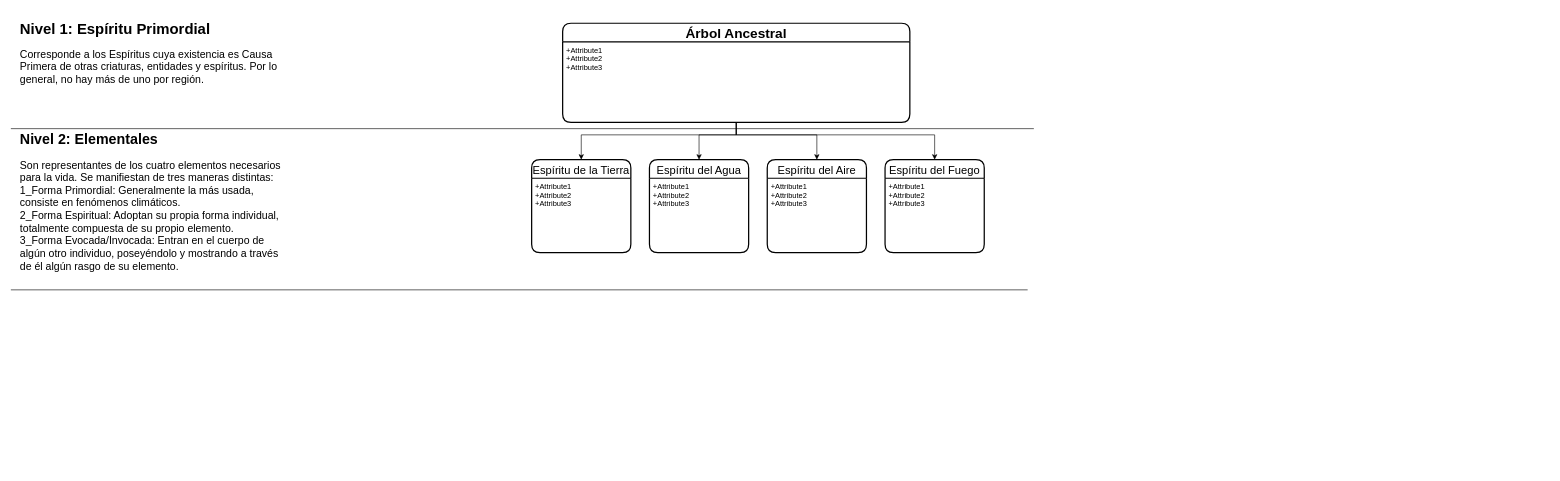
Earlier version of the draw.io diagram EspiritusEspesura.drawio (aixairupe/DiagramasRPG). Source tidied: cells renumbered, new cells numbered last; positions are measured from the earlier drawing's top-left corner, leaving out a move shared by most shapes. Both pictures are drawn from the tidied source at 62%, with x=0, y=0 at pixel (11, 17).
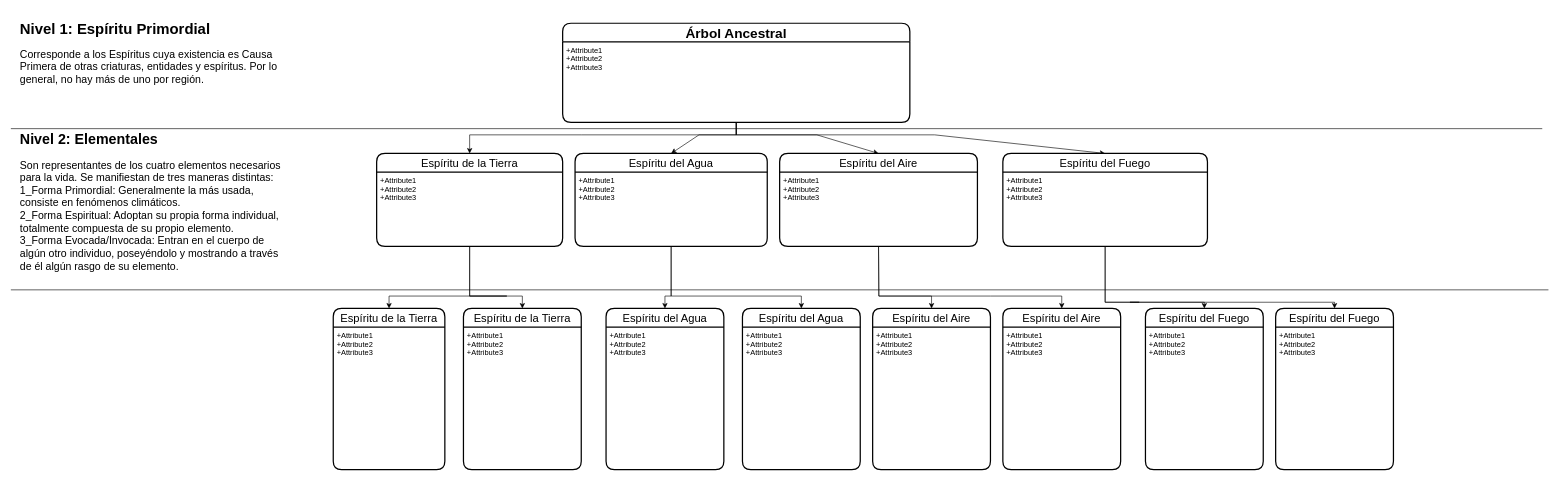
After the change.

The change refers to these unchanged cells:
```xml
<mxCell id="18" value="+Attribute1&#10;+Attribute2&#10;+Attribute3" style="align=left;strokeColor=none;fillColor=none;spacingLeft=4;fontSize=12;verticalAlign=top;" parent="17" vertex="1">
  <mxGeometry y="30" width="560" height="130" as="geometry" />
</mxCell>
```

What changed in the source:
```diff
@@
     <mxCell id="6" style="edgeStyle=none;rounded=0;jettySize=auto;html=1;entryX=0.5;entryY=0;entryDx=0;entryDy=0;fontSize=22;exitX=0.5;exitY=1;exitDx=0;exitDy=0;" parent="1" edge="1" source="18" target="9">
       <mxGeometry relative="1" as="geometry">
         <Array as="points">
           <mxPoint x="1170" y="190" />
           <mxPoint x="920" y="190" />
+          <mxPoint x="740" y="190" />
         </Array>
       </mxGeometry>
     </mxCell>
     <mxCell id="7" style="endArrow=none;html=1;rounded=0;" parent="1" edge="1">
       <mxGeometry relative="1" as="geometry">
         <mxPoint y="440" as="sourcePoint" />
-        <mxPoint x="1640" y="440" as="targetPoint" />
+        <mxPoint x="2480" y="440" as="targetPoint" />
       </mxGeometry>
     </mxCell>
@@
+    <mxCell id="20" style="edgeStyle=none;rounded=0;jettySize=auto;html=1;fontSize=17;entryX=0.5;entryY=0;entryDx=0;entryDy=0;exitX=0.5;exitY=1;exitDx=0;exitDy=0;" parent="1" edge="1" source="10" target="26">
+      <mxGeometry relative="1" as="geometry">
+        <Array as="points">
+          <mxPoint x="740" y="450" />
+          <mxPoint x="800" y="450" />
+          <mxPoint x="610" y="450" />
+        </Array>
+      </mxGeometry>
+    </mxCell>
+    <mxCell id="21" style="edgeStyle=none;rounded=0;jettySize=auto;html=1;fontSize=17;entryX=0.5;entryY=0;entryDx=0;entryDy=0;exitX=0.5;exitY=1;exitDx=0;exitDy=0;" parent="1" edge="1" source="10" target="28">
+      <mxGeometry relative="1" as="geometry">
+        <Array as="points">
+          <mxPoint x="740" y="450" />
+          <mxPoint x="800" y="450" />
+          <mxPoint x="825" y="450" />
+        </Array>
+      </mxGeometry>
+    </mxCell>
     <mxCell id="9" value="Espíritu de la Tierra" style="swimlane;horizontal=1;startSize=30;rounded=1;fontSize=18;fontStyle=0;strokeWidth=2;shadow=0;dashed=0;align=center;" parent="1" vertex="1">
-      <mxGeometry x="840" y="230" width="160" height="150" as="geometry" />
+      <mxGeometry x="590" y="220" width="300" height="150" as="geometry" />
     </mxCell>
     <mxCell id="10" value="+Attribute1&#10;+Attribute2&#10;+Attribute3" style="align=left;strokeColor=none;fillColor=none;spacingLeft=4;fontSize=12;verticalAlign=top;" parent="9" vertex="1">
-      <mxGeometry y="30" width="160" height="120" as="geometry" />
+      <mxGeometry y="30" width="300" height="120" as="geometry" />
     </mxCell>
     <mxCell id="11" value="Espíritu del Agua" style="swimlane;horizontal=1;startSize=30;rounded=1;fontSize=18;fontStyle=0;strokeWidth=2;shadow=0;dashed=0;align=center;" parent="1" vertex="1">
-      <mxGeometry x="1030" y="230" width="160" height="150" as="geometry" />
+      <mxGeometry x="910" y="220" width="310" height="150" as="geometry" />
     </mxCell>
     <mxCell id="12" value="+Attribute1&#10;+Attribute2&#10;+Attribute3" style="align=left;strokeColor=none;fillColor=none;spacingLeft=4;fontSize=12;verticalAlign=top;" parent="11" vertex="1">
-      <mxGeometry y="30" width="160" height="120" as="geometry" />
+      <mxGeometry y="30" width="310" height="120" as="geometry" />
     </mxCell>
+    <mxCell id="22" style="edgeStyle=none;rounded=0;jettySize=auto;html=1;fontSize=17;exitX=0.5;exitY=1;exitDx=0;exitDy=0;entryX=0.5;entryY=0;entryDx=0;entryDy=0;" parent="1" edge="1" source="14" target="34">
+      <mxGeometry relative="1" as="geometry">
+        <Array as="points">
+          <mxPoint x="1400" y="450" />
+          <mxPoint x="1485" y="450" />
+        </Array>
+      </mxGeometry>
+    </mxCell>
+    <mxCell id="23" style="edgeStyle=none;rounded=0;jettySize=auto;html=1;fontSize=17;exitX=0.5;exitY=1;exitDx=0;exitDy=0;entryX=0.5;entryY=0;entryDx=0;entryDy=0;" parent="1" edge="1" source="14" target="36">
+      <mxGeometry relative="1" as="geometry">
+        <Array as="points">
+          <mxPoint x="1400" y="450" />
+          <mxPoint x="1580" y="450" />
+          <mxPoint x="1695" y="450" />
+        </Array>
+      </mxGeometry>
+    </mxCell>
     <mxCell id="13" value="Espíritu del Aire" style="swimlane;horizontal=1;startSize=30;rounded=1;fontSize=18;fontStyle=0;strokeWidth=2;shadow=0;dashed=0;align=center;" parent="1" vertex="1">
-      <mxGeometry x="1220" y="230" width="160" height="150" as="geometry" />
+      <mxGeometry x="1240" y="220" width="319" height="150" as="geometry" />
     </mxCell>
     <mxCell id="14" value="+Attribute1&#10;+Attribute2&#10;+Attribute3" style="align=left;strokeColor=none;fillColor=none;spacingLeft=4;fontSize=12;verticalAlign=top;" parent="13" vertex="1">
-      <mxGeometry y="30" width="160" height="120" as="geometry" />
+      <mxGeometry y="30" width="319" height="120" as="geometry" />
     </mxCell>
+    <mxCell id="24" style="edgeStyle=none;rounded=0;jettySize=auto;html=1;fontSize=17;entryX=0.5;entryY=0;entryDx=0;entryDy=0;exitX=0.5;exitY=1;exitDx=0;exitDy=0;" parent="1" edge="1" source="15" target="38">
+      <mxGeometry relative="1" as="geometry">
+        <Array as="points">
+          <mxPoint x="1765" y="460" />
+          <mxPoint x="1820" y="460" />
+          <mxPoint x="1805" y="460" />
+          <mxPoint x="1925" y="460" />
+        </Array>
+      </mxGeometry>
+    </mxCell>
+    <mxCell id="25" style="edgeStyle=none;rounded=0;jettySize=auto;html=1;fontSize=17;entryX=0.5;entryY=0;entryDx=0;entryDy=0;exitX=0.5;exitY=1;exitDx=0;exitDy=0;" parent="1" edge="1" source="16" target="40">
+      <mxGeometry relative="1" as="geometry">
+        <Array as="points">
+          <mxPoint x="1765" y="460" />
+          <mxPoint x="2135" y="460" />
+        </Array>
+      </mxGeometry>
+    </mxCell>
     <mxCell id="15" value="Espíritu del Fuego" style="swimlane;horizontal=1;startSize=30;rounded=1;fontSize=18;fontStyle=0;strokeWidth=2;shadow=0;dashed=0;align=center;" parent="1" vertex="1">
-      <mxGeometry x="1410" y="230" width="160" height="150" as="geometry" />
+      <mxGeometry x="1600" y="220" width="330" height="150" as="geometry" />
     </mxCell>
     <mxCell id="16" value="+Attribute1&#10;+Attribute2&#10;+Attribute3" style="align=left;strokeColor=none;fillColor=none;spacingLeft=4;fontSize=12;verticalAlign=top;" parent="15" vertex="1">
-      <mxGeometry y="30" width="160" height="120" as="geometry" />
+      <mxGeometry y="30" width="330" height="120" as="geometry" />
     </mxCell>
@@
     <mxCell id="19" style="endArrow=none;html=1;rounded=0;" parent="1" edge="1">
       <mxGeometry relative="1" as="geometry">
         <mxPoint y="180" as="sourcePoint" />
-        <mxPoint x="1650" y="180" as="targetPoint" />
+        <mxPoint x="2470" y="180" as="targetPoint" />
       </mxGeometry>
     </mxCell>
+    <mxCell id="26" value="Espíritu de la Tierra" style="swimlane;horizontal=1;startSize=30;rounded=1;fontSize=18;fontStyle=0;strokeWidth=2;shadow=0;dashed=0;align=center;" parent="1" vertex="1">
+      <mxGeometry x="520" y="470" width="180" height="260" as="geometry" />
+    </mxCell>
+    <mxCell id="27" value="+Attribute1&#10;+Attribute2&#10;+Attribute3" style="align=left;strokeColor=none;fillColor=none;spacingLeft=4;fontSize=12;verticalAlign=top;" parent="26" vertex="1">
+      <mxGeometry y="30" width="180" height="230" as="geometry" />
+    </mxCell>
+    <mxCell id="28" value="Espíritu de la Tierra" style="swimlane;horizontal=1;startSize=30;rounded=1;fontSize=18;fontStyle=0;strokeWidth=2;shadow=0;dashed=0;align=center;" parent="1" vertex="1">
+      <mxGeometry x="730" y="470" width="190" height="260" as="geometry" />
+    </mxCell>
+    <mxCell id="29" value="+Attribute1&#10;+Attribute2&#10;+Attribute3" style="align=left;strokeColor=none;fillColor=none;spacingLeft=4;fontSize=12;verticalAlign=top;" parent="28" vertex="1">
+      <mxGeometry y="30" width="190" height="230" as="geometry" />
+    </mxCell>
+    <mxCell id="30" value="Espíritu del Agua" style="swimlane;horizontal=1;startSize=30;rounded=1;fontSize=18;fontStyle=0;strokeWidth=2;shadow=0;dashed=0;align=center;" parent="1" vertex="1">
+      <mxGeometry x="960" y="470" width="190" height="260" as="geometry" />
+    </mxCell>
+    <mxCell id="31" value="+Attribute1&#10;+Attribute2&#10;+Attribute3" style="align=left;strokeColor=none;fillColor=none;spacingLeft=4;fontSize=12;verticalAlign=top;" parent="30" vertex="1">
+      <mxGeometry y="30" width="190" height="230" as="geometry" />
+    </mxCell>
+    <mxCell id="32" value="Espíritu del Agua" style="swimlane;horizontal=1;startSize=30;rounded=1;fontSize=18;fontStyle=0;strokeWidth=2;shadow=0;dashed=0;align=center;" parent="1" vertex="1">
+      <mxGeometry x="1180" y="470" width="190" height="260" as="geometry" />
+    </mxCell>
+    <mxCell id="33" value="+Attribute1&#10;+Attribute2&#10;+Attribute3" style="align=left;strokeColor=none;fillColor=none;spacingLeft=4;fontSize=12;verticalAlign=top;" parent="32" vertex="1">
+      <mxGeometry y="30" width="190" height="230" as="geometry" />
+    </mxCell>
+    <mxCell id="34" value="Espíritu del Aire" style="swimlane;horizontal=1;startSize=30;rounded=1;fontSize=18;fontStyle=0;strokeWidth=2;shadow=0;dashed=0;align=center;" parent="1" vertex="1">
+      <mxGeometry x="1390" y="470" width="190" height="260" as="geometry" />
+    </mxCell>
+    <mxCell id="35" value="+Attribute1&#10;+Attribute2&#10;+Attribute3" style="align=left;strokeColor=none;fillColor=none;spacingLeft=4;fontSize=12;verticalAlign=top;" parent="34" vertex="1">
+      <mxGeometry y="30" width="190" height="230" as="geometry" />
+    </mxCell>
+    <mxCell id="36" value="Espíritu del Aire" style="swimlane;horizontal=1;startSize=30;rounded=1;fontSize=18;fontStyle=0;strokeWidth=2;shadow=0;dashed=0;align=center;" parent="1" vertex="1">
+      <mxGeometry x="1600" y="470" width="190" height="260" as="geometry" />
+    </mxCell>
+    <mxCell id="37" value="+Attribute1&#10;+Attribute2&#10;+Attribute3" style="align=left;strokeColor=none;fillColor=none;spacingLeft=4;fontSize=12;verticalAlign=top;" parent="36" vertex="1">
+      <mxGeometry y="30" width="190" height="230" as="geometry" />
+    </mxCell>
+    <mxCell id="38" value="Espíritu del Fuego" style="swimlane;horizontal=1;startSize=30;rounded=1;fontSize=18;fontStyle=0;strokeWidth=2;shadow=0;dashed=0;align=center;" parent="1" vertex="1">
+      <mxGeometry x="1830" y="470" width="190" height="260" as="geometry" />
+    </mxCell>
+    <mxCell id="39" value="+Attribute1&#10;+Attribute2&#10;+Attribute3" style="align=left;strokeColor=none;fillColor=none;spacingLeft=4;fontSize=12;verticalAlign=top;" parent="38" vertex="1">
+      <mxGeometry y="30" width="190" height="230" as="geometry" />
+    </mxCell>
+    <mxCell id="40" value="Espíritu del Fuego" style="swimlane;horizontal=1;startSize=30;rounded=1;fontSize=18;fontStyle=0;strokeWidth=2;shadow=0;dashed=0;align=center;" parent="1" vertex="1">
+      <mxGeometry x="2040" y="470" width="190" height="260" as="geometry" />
+    </mxCell>
+    <mxCell id="41" value="+Attribute1&#10;+Attribute2&#10;+Attribute3" style="align=left;strokeColor=none;fillColor=none;spacingLeft=4;fontSize=12;verticalAlign=top;" parent="40" vertex="1">
+      <mxGeometry y="30" width="190" height="230" as="geometry" />
+    </mxCell>
+    <mxCell id="42" style="edgeStyle=none;rounded=0;jettySize=auto;html=1;exitX=0.5;exitY=1;exitDx=0;exitDy=0;entryX=0.5;entryY=0;entryDx=0;entryDy=0;fontSize=17;" parent="1" edge="1" source="12" target="30">
+      <mxGeometry relative="1" as="geometry">
+        <Array as="points">
+          <mxPoint x="1065" y="450" />
+          <mxPoint x="1055" y="450" />
+        </Array>
+      </mxGeometry>
+    </mxCell>
+    <mxCell id="43" style="endArrow=classic;html=1;rounded=0;fontSize=17;entryX=0.5;entryY=0;entryDx=0;entryDy=0;exitX=0.5;exitY=1;exitDx=0;exitDy=0;" parent="1" edge="1" source="12" target="32">
+      <mxGeometry relative="1" as="geometry">
+        <Array as="points">
+          <mxPoint x="1065" y="450" />
+          <mxPoint x="1275" y="450" />
+        </Array>
+      </mxGeometry>
+    </mxCell>
```
